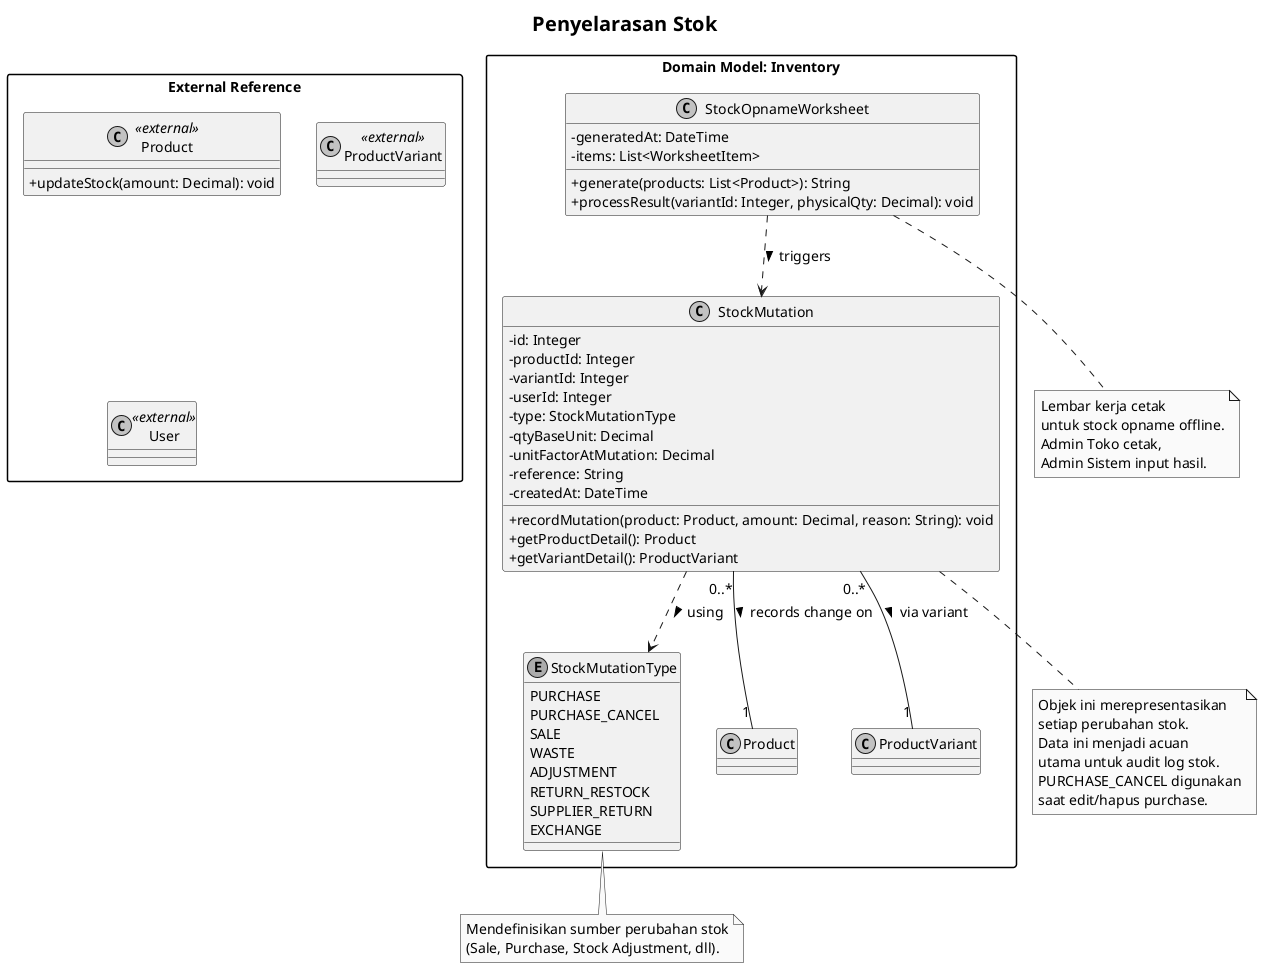
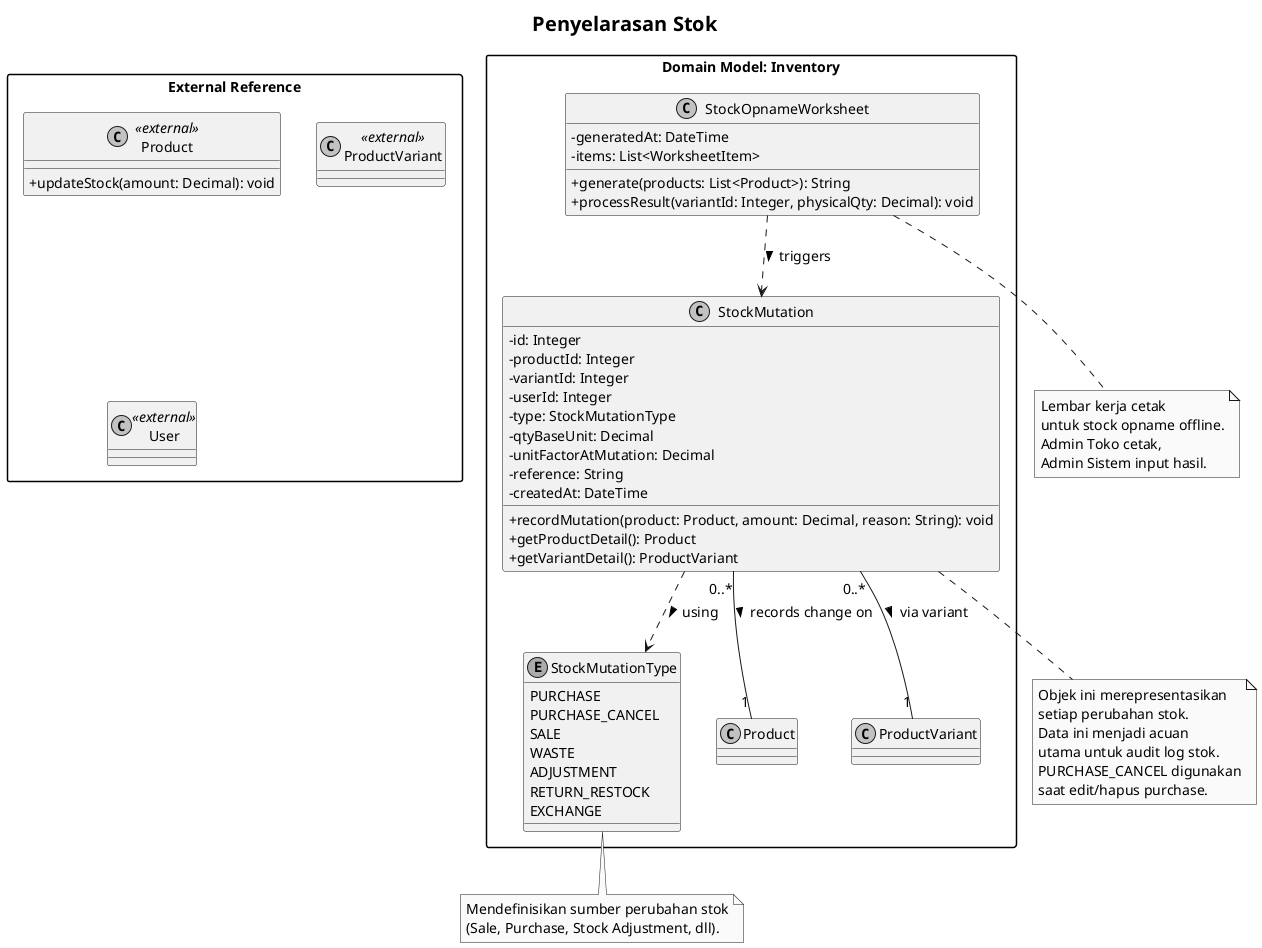
@startuml Modul_C_Penyelarasan_Stok

' Pengaturan visual agar profesional dan fungsional
skinparam classAttributeIconSize 0
skinparam monochrome true
skinparam packageStyle rectangle
skinparam shadowing false
skinparam defaultFontName "Arial"
skinparam defaultFontSize 14
skinparam titleFontSize 20

title Penyelarasan Stok

package "Domain Model: Inventory" {
    class StockMutation {
        - id: Integer
        - productId: Integer
        - variantId: Integer
        - userId: Integer
        - type: StockMutationType
        - qtyBaseUnit: Decimal
        - unitFactorAtMutation: Decimal
        - reference: String
        - createdAt: DateTime
        + recordMutation(product: Product, amount: Decimal, reason: String): void
        + getProductDetail(): Product
        + getVariantDetail(): ProductVariant
    }

    class StockOpnameWorksheet {
        - generatedAt: DateTime
        - items: List<WorksheetItem>
        + generate(products: List<Product>): String
        + processResult(variantId: Integer, physicalQty: Decimal): void
    }

    enum StockMutationType {
        PURCHASE
        PURCHASE_CANCEL
        SALE
        WASTE
        ADJUSTMENT
        RETURN_RESTOCK
-         SUPPLIER_RETURN
        EXCHANGE
    }

    ' Relationships
    StockMutation "0..*" -- "1" Product : records change on >
    StockMutation "0..*" -- "1" ProductVariant : via variant >
    StockMutation ..> StockMutationType : using >
    StockOpnameWorksheet ..> StockMutation : triggers >
}

package "External Reference" {
    class Product <<external>> {
        + updateStock(amount: Decimal): void
    }
    class ProductVariant <<external>>
    class User <<external>>
}

' Catatan Fungsional
note bottom of StockMutation
  Objek ini merepresentasikan
  setiap perubahan stok.
  Data ini menjadi acuan
  utama untuk audit log stok.
  PURCHASE_CANCEL digunakan
  saat edit/hapus purchase.
end note

note bottom of StockOpnameWorksheet
  Lembar kerja cetak
  untuk stock opname offline.
  Admin Toko cetak,
  Admin Sistem input hasil.
end note

note bottom of StockMutationType
  Mendefinisikan sumber perubahan stok
  (Sale, Purchase, Stock Adjustment, dll).
end note

@enduml
